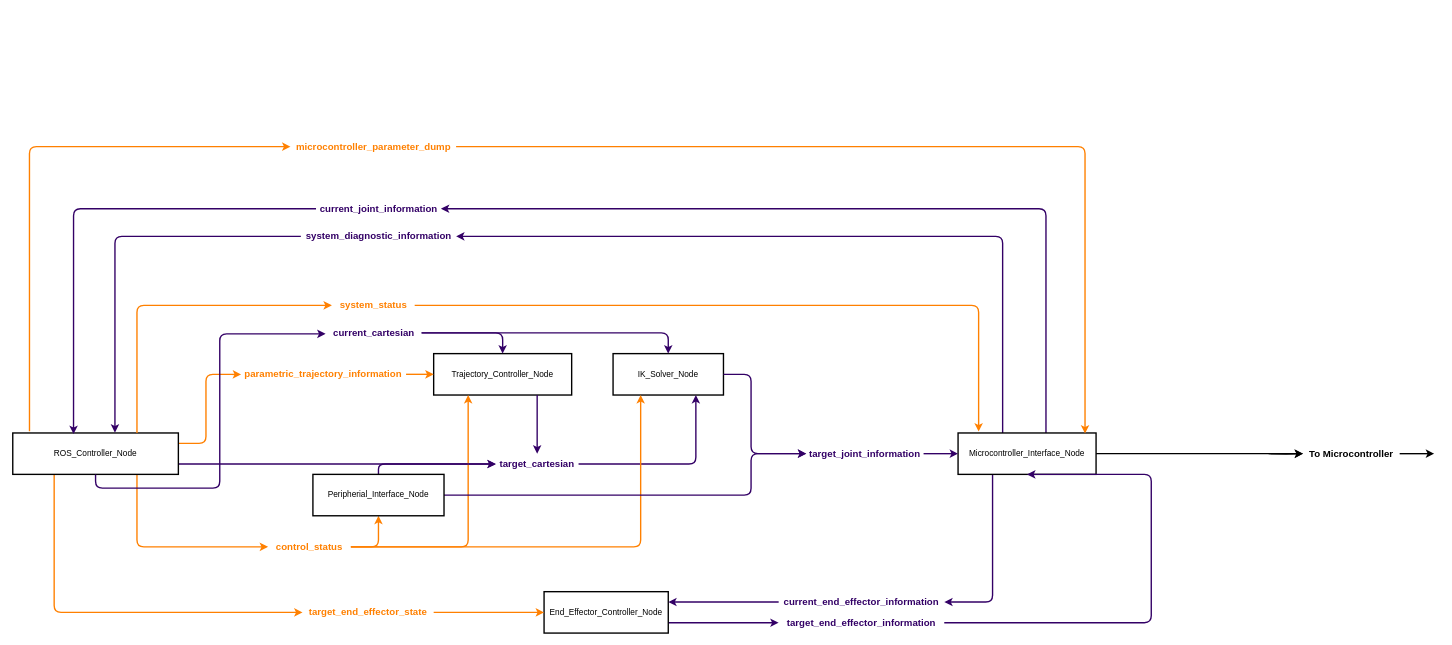
The draw.io diagram project_documents/model_ROS_diagram.drawio in darudecookie/V2-Robot-Arm, before the edit. Source tidied: cells renumbered, new cells numbered last; positions are measured from the earlier drawing's top-left corner, leaving out a move shared by most shapes. Both pictures are drawn from the tidied source at 69%, with x=0, y=0 at pixel (12, 136).
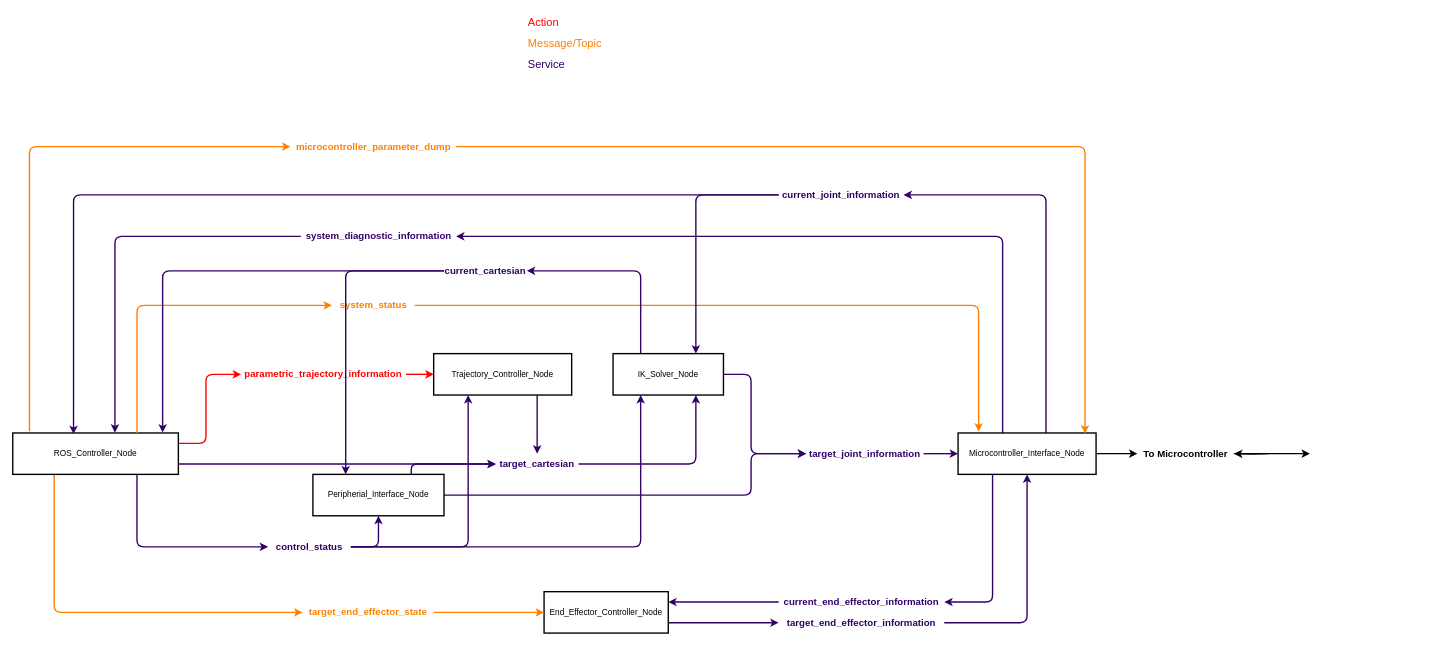
The same diagram, later.

Commit message:
updated ros diagram to better match  system realitty

The change refers to these unchanged cells:
```xml
<mxCell id="7" value="Microcontroller_Interface_Node" style="rounded=0;whiteSpace=wrap;html=1;strokeWidth=2;" parent="1" vertex="1">
  <mxGeometry x="1370" y="430" width="200" height="60" as="geometry" />
</mxCell>
<mxCell id="13" value="ROS_Controller_Node" style="rounded=0;whiteSpace=wrap;html=1;strokeWidth=2;" parent="1" vertex="1">
  <mxGeometry y="430" width="240" height="60" as="geometry" />
</mxCell>
<mxCell id="20" value="IK_Solver_Node" style="rounded=0;whiteSpace=wrap;html=1;strokeWidth=2;" parent="1" vertex="1">
  <mxGeometry x="870" y="315" width="160" height="60" as="geometry" />
</mxCell>
<mxCell id="21" value="Trajectory_Controller_Node" style="rounded=0;whiteSpace=wrap;html=1;strokeWidth=2;" parent="1" vertex="1">
  <mxGeometry x="610" y="315" width="200" height="60" as="geometry" />
</mxCell>
<mxCell id="25" value="&lt;font color=&quot;#330066&quot;&gt;&lt;span style=&quot;font-size: 14px;&quot;&gt;&lt;b&gt;target_end_effector_information&lt;/b&gt;&lt;/span&gt;&lt;/font&gt;" style="text;html=1;align=center;verticalAlign=middle;whiteSpace=wrap;rounded=0;strokeWidth=2;" parent="1" vertex="1">
  <mxGeometry x="1110" y="690" width="240" height="30" as="geometry" />
</mxCell>
<mxCell id="30" value="&lt;span style=&quot;font-size: 14px;&quot;&gt;&lt;b style=&quot;&quot;&gt;&lt;font color=&quot;#330066&quot;&gt;target_cartesian&lt;/font&gt;&lt;/b&gt;&lt;/span&gt;" style="text;html=1;align=center;verticalAlign=middle;whiteSpace=wrap;rounded=0;strokeWidth=2;" parent="1" vertex="1">
  <mxGeometry x="700" y="460" width="120" height="30" as="geometry" />
</mxCell>
<mxCell id="53" value="Peripherial_Interface_Node" style="rounded=0;whiteSpace=wrap;html=1;strokeWidth=2;" parent="1" vertex="1">
  <mxGeometry x="435" y="490" width="190" height="60" as="geometry" />
</mxCell>
```

Change to the diagram source:
```diff
@@
-    <mxCell id="10" style="edgeStyle=orthogonalEdgeStyle;rounded=1;jettySize=auto;html=1;exitX=1;exitY=0.25;exitDx=0;exitDy=0;entryX=0.004;entryY=0.509;entryDx=0;entryDy=0;strokeWidth=2;curved=0;entryPerimeter=0;strokeColor=#FF8000;" parent="1" edge="1" source="13" target="32">
+    <mxCell id="10" style="edgeStyle=orthogonalEdgeStyle;rounded=1;jettySize=auto;html=1;exitX=1;exitY=0.25;exitDx=0;exitDy=0;entryX=0.004;entryY=0.509;entryDx=0;entryDy=0;strokeWidth=2;curved=0;entryPerimeter=0;strokeColor=#FF0000;" parent="1" edge="1" source="13" target="32">
       <mxGeometry relative="1" as="geometry">
         <Array as="points">
           <mxPoint x="280" y="445" />
           <mxPoint x="280" y="345" />
           <mxPoint x="311" y="345" />
         </Array>
       </mxGeometry>
     </mxCell>
@@
-    <mxCell id="12" style="edgeStyle=orthogonalEdgeStyle;rounded=1;jettySize=auto;html=1;exitX=0.75;exitY=1;exitDx=0;exitDy=0;entryX=0;entryY=0.5;entryDx=0;entryDy=0;strokeColor=#FF8000;strokeWidth=2;align=center;verticalAlign=middle;fontFamily=Helvetica;fontSize=11;fontColor=default;labelBackgroundColor=default;endArrow=classic;curved=0;" parent="1" edge="1" source="13" target="44">
+    <mxCell id="12" style="edgeStyle=orthogonalEdgeStyle;rounded=1;jettySize=auto;html=1;exitX=0.75;exitY=1;exitDx=0;exitDy=0;entryX=0;entryY=0.5;entryDx=0;entryDy=0;strokeColor=#330066;strokeWidth=2;align=center;verticalAlign=middle;fontFamily=Helvetica;fontSize=11;fontColor=default;labelBackgroundColor=default;endArrow=classic;curved=0;" parent="1" edge="1" source="13" target="44">
       <mxGeometry relative="1" as="geometry" />
     </mxCell>
@@
     <mxCell id="16" style="edgeStyle=orthogonalEdgeStyle;rounded=1;jettySize=auto;html=1;exitX=1;exitY=0.5;exitDx=0;exitDy=0;strokeWidth=2;jumpStyle=line;curved=0;strokeColor=#330066;entryX=0.5;entryY=1;entryDx=0;entryDy=0;" parent="1" edge="1" source="25" target="7">
       <mxGeometry relative="1" as="geometry">
         <Array as="points">
-          <mxPoint x="1650" y="705" />
+          <mxPoint x="1470" y="705" />
         </Array>
       </mxGeometry>
     </mxCell>
@@
+    <mxCell id="54" style="edgeStyle=orthogonalEdgeStyle;rounded=1;jettySize=auto;html=1;exitX=0.25;exitY=0;exitDx=0;exitDy=0;entryX=1;entryY=0.5;entryDx=0;entryDy=0;curved=0;strokeColor=#330066;strokeWidth=2;" parent="1" edge="1" source="20" target="49">
+      <mxGeometry relative="1" as="geometry" />
+    </mxCell>
@@
-    <mxCell id="31" style="edgeStyle=orthogonalEdgeStyle;rounded=1;jettySize=auto;html=1;exitX=1;exitY=0.5;exitDx=0;exitDy=0;entryX=0;entryY=0.5;entryDx=0;entryDy=0;strokeWidth=2;jumpStyle=line;curved=0;strokeColor=#FF8000;" parent="1" edge="1" source="32" target="21">
+    <mxCell id="31" style="edgeStyle=orthogonalEdgeStyle;rounded=1;jettySize=auto;html=1;exitX=1;exitY=0.5;exitDx=0;exitDy=0;entryX=0;entryY=0.5;entryDx=0;entryDy=0;strokeWidth=2;jumpStyle=line;curved=0;strokeColor=#FF0000;" parent="1" edge="1" source="32" target="21">
       <mxGeometry relative="1" as="geometry" />
     </mxCell>
-    <mxCell id="32" value="&lt;span style=&quot;font-size: 14px;&quot;&gt;&lt;b style=&quot;&quot;&gt;&lt;font color=&quot;#ff8000&quot;&gt;parametric_trajectory_information&lt;/font&gt;&lt;/b&gt;&lt;/span&gt;" style="text;html=1;align=center;verticalAlign=middle;whiteSpace=wrap;rounded=0;strokeWidth=2;" parent="1" vertex="1">
+    <mxCell id="32" value="&lt;span style=&quot;font-size: 14px;&quot;&gt;&lt;b style=&quot;&quot;&gt;&lt;font color=&quot;#ff0000&quot;&gt;parametric_trajectory_information&lt;/font&gt;&lt;/b&gt;&lt;/span&gt;" style="text;html=1;align=center;verticalAlign=middle;whiteSpace=wrap;rounded=0;strokeWidth=2;" parent="1" vertex="1">
       <mxGeometry x="330" y="330" width="240" height="30" as="geometry" />
     </mxCell>
@@
     <mxCell id="36" style="edgeStyle=orthogonalEdgeStyle;rounded=0;jettySize=auto;html=1;exitX=1;exitY=0.5;exitDx=0;exitDy=0;strokeWidth=2;" parent="1" edge="1" source="37">
       <mxGeometry relative="1" as="geometry">
-        <mxPoint x="2060" y="460" as="targetPoint" />
+        <mxPoint x="1880" y="460" as="targetPoint" />
       </mxGeometry>
     </mxCell>
     <mxCell id="37" value="&lt;font style=&quot;font-size: 14px;&quot;&gt;&lt;b style=&quot;&quot;&gt;To Microcontroller&lt;/b&gt;&lt;/font&gt;" style="text;html=1;align=center;verticalAlign=middle;whiteSpace=wrap;rounded=0;strokeWidth=2;" parent="1" vertex="1">
-      <mxGeometry x="1870" y="445" width="140" height="30" as="geometry" />
+      <mxGeometry x="1630" y="445" width="140" height="30" as="geometry" />
     </mxCell>
@@
-    <mxCell id="41" style="edgeStyle=orthogonalEdgeStyle;rounded=1;jettySize=auto;html=1;exitX=1;exitY=0.5;exitDx=0;exitDy=0;entryX=0.25;entryY=1;entryDx=0;entryDy=0;strokeColor=#FF8000;strokeWidth=2;align=center;verticalAlign=middle;fontFamily=Helvetica;fontSize=11;fontColor=default;labelBackgroundColor=default;endArrow=classic;curved=0;" parent="1" edge="1" source="44" target="21">
+    <mxCell id="41" style="edgeStyle=orthogonalEdgeStyle;rounded=1;jettySize=auto;html=1;exitX=1;exitY=0.5;exitDx=0;exitDy=0;entryX=0.25;entryY=1;entryDx=0;entryDy=0;strokeColor=#330066;strokeWidth=2;align=center;verticalAlign=middle;fontFamily=Helvetica;fontSize=11;fontColor=default;labelBackgroundColor=default;endArrow=classic;curved=0;" parent="1" edge="1" source="44" target="21">
       <mxGeometry relative="1" as="geometry" />
     </mxCell>
-    <mxCell id="42" style="edgeStyle=orthogonalEdgeStyle;rounded=1;jettySize=auto;html=1;exitX=1;exitY=0.5;exitDx=0;exitDy=0;entryX=0.25;entryY=1;entryDx=0;entryDy=0;strokeColor=#FF8000;strokeWidth=2;align=center;verticalAlign=middle;fontFamily=Helvetica;fontSize=11;fontColor=default;labelBackgroundColor=default;endArrow=classic;curved=0;jumpStyle=none;" parent="1" edge="1" source="44" target="20">
+    <mxCell id="42" style="edgeStyle=orthogonalEdgeStyle;rounded=1;jettySize=auto;html=1;exitX=1;exitY=0.5;exitDx=0;exitDy=0;entryX=0.25;entryY=1;entryDx=0;entryDy=0;strokeColor=#330066;strokeWidth=2;align=center;verticalAlign=middle;fontFamily=Helvetica;fontSize=11;fontColor=default;labelBackgroundColor=default;endArrow=classic;curved=0;jumpStyle=none;" parent="1" edge="1" source="44" target="20">
       <mxGeometry relative="1" as="geometry" />
     </mxCell>
-    <mxCell id="43" style="edgeStyle=orthogonalEdgeStyle;curved=0;rounded=1;jettySize=auto;html=1;exitX=1;exitY=0.5;exitDx=0;exitDy=0;entryX=0.5;entryY=1;entryDx=0;entryDy=0;strokeColor=#FF8000;strokeWidth=2;align=center;verticalAlign=middle;fontFamily=Helvetica;fontSize=11;fontColor=default;labelBackgroundColor=default;endArrow=classic;" parent="1" edge="1" source="44" target="53">
+    <mxCell id="43" style="edgeStyle=orthogonalEdgeStyle;curved=0;rounded=1;jettySize=auto;html=1;exitX=1;exitY=0.5;exitDx=0;exitDy=0;entryX=0.5;entryY=1;entryDx=0;entryDy=0;strokeColor=#330066;strokeWidth=2;align=center;verticalAlign=middle;fontFamily=Helvetica;fontSize=11;fontColor=default;labelBackgroundColor=default;endArrow=classic;" parent="1" edge="1" source="44" target="53">
       <mxGeometry relative="1" as="geometry" />
     </mxCell>
-    <mxCell id="44" value="&lt;p style=&quot;line-height: 120%;&quot;&gt;&lt;span style=&quot;font-size: 14px;&quot;&gt;&lt;b style=&quot;&quot;&gt;&lt;font color=&quot;#ff8000&quot;&gt;control_status&lt;/font&gt;&lt;/b&gt;&lt;/span&gt;&lt;/p&gt;" style="text;html=1;align=center;verticalAlign=middle;whiteSpace=wrap;rounded=0;strokeWidth=2;" parent="1" vertex="1">
+    <mxCell id="44" value="&lt;p style=&quot;line-height: 120%;&quot;&gt;&lt;span style=&quot;font-size: 14px;&quot;&gt;&lt;b style=&quot;&quot;&gt;&lt;font color=&quot;#330066&quot;&gt;control_status&lt;/font&gt;&lt;/b&gt;&lt;/span&gt;&lt;/p&gt;" style="text;html=1;align=center;verticalAlign=middle;whiteSpace=wrap;rounded=0;strokeWidth=2;" parent="1" vertex="1">
       <mxGeometry x="370" y="580" width="120" height="30" as="geometry" />
     </mxCell>
@@
+    <mxCell id="55" style="edgeStyle=orthogonalEdgeStyle;rounded=1;jettySize=auto;html=1;exitX=0;exitY=0.5;exitDx=0;exitDy=0;entryX=0.75;entryY=0;entryDx=0;entryDy=0;strokeWidth=2;strokeColor=#330066;curved=0;" parent="1" edge="1" source="46" target="20">
+      <mxGeometry relative="1" as="geometry" />
+    </mxCell>
     <mxCell id="46" value="&lt;font color=&quot;#330066&quot;&gt;&lt;span style=&quot;font-size: 14px;&quot;&gt;&lt;b&gt;current_joint_information&lt;/b&gt;&lt;/span&gt;&lt;/font&gt;" style="text;html=1;align=center;verticalAlign=middle;whiteSpace=wrap;rounded=0;strokeWidth=2;" parent="1" vertex="1">
-      <mxGeometry x="439.5" y="90" width="181" height="30" as="geometry" />
+      <mxGeometry x="1110" y="70" width="181" height="30" as="geometry" />
     </mxCell>
-    <mxCell id="47" style="edgeStyle=orthogonalEdgeStyle;curved=0;rounded=1;jettySize=auto;html=1;entryX=0.5;entryY=0;entryDx=0;entryDy=0;strokeColor=#330066;strokeWidth=2;align=center;verticalAlign=middle;fontFamily=Helvetica;fontSize=11;fontColor=default;labelBackgroundColor=default;endArrow=classic;" parent="1" edge="1" source="49" target="21">
-      <mxGeometry relative="1" as="geometry" />
-    </mxCell>
-    <mxCell id="48" style="edgeStyle=orthogonalEdgeStyle;curved=0;rounded=1;jettySize=auto;html=1;entryX=0.5;entryY=0;entryDx=0;entryDy=0;strokeColor=#330066;strokeWidth=2;align=center;verticalAlign=middle;fontFamily=Helvetica;fontSize=11;fontColor=default;labelBackgroundColor=default;endArrow=classic;" parent="1" edge="1" source="49" target="20">
-      <mxGeometry relative="1" as="geometry" />
-    </mxCell>
-    <mxCell id="49" value="&lt;font style=&quot;font-size: 14px;&quot; color=&quot;#330066&quot;&gt;&lt;b&gt;current_cartesian&lt;/b&gt;&lt;/font&gt;" style="text;html=1;align=center;verticalAlign=middle;points=[];strokeColor=none;fillColor=none;fontFamily=Helvetica;fontSize=11;fontColor=default;labelBackgroundColor=default;" parent="1" vertex="1">
-      <mxGeometry x="452.5" y="270" width="140" height="30" as="geometry" />
-    </mxCell>
-    <mxCell id="50" style="edgeStyle=orthogonalEdgeStyle;curved=0;rounded=1;jettySize=auto;html=1;exitX=0.5;exitY=1;exitDx=0;exitDy=0;entryX=0.006;entryY=0.544;entryDx=0;entryDy=0;entryPerimeter=0;strokeColor=#330066;strokeWidth=2;align=center;verticalAlign=middle;fontFamily=Helvetica;fontSize=11;fontColor=default;labelBackgroundColor=default;endArrow=classic;" parent="1" edge="1" source="13" target="49">
-      <mxGeometry relative="1" as="geometry">
-        <Array as="points">
-          <mxPoint x="120" y="510" />
-          <mxPoint x="300" y="510" />
-          <mxPoint x="300" y="286" />
-        </Array>
-      </mxGeometry>
-    </mxCell>
-    <mxCell id="51" style="edgeStyle=orthogonalEdgeStyle;curved=0;rounded=1;jettySize=auto;html=1;exitX=0.5;exitY=0;exitDx=0;exitDy=0;entryX=0;entryY=0.5;entryDx=0;entryDy=0;strokeColor=#330066;strokeWidth=2;align=center;verticalAlign=middle;fontFamily=Helvetica;fontSize=11;fontColor=default;labelBackgroundColor=default;endArrow=classic;" parent="1" edge="1" source="53" target="30">
+    <mxCell id="51" style="edgeStyle=orthogonalEdgeStyle;curved=0;rounded=1;jettySize=auto;html=1;exitX=0.75;exitY=0;exitDx=0;exitDy=0;entryX=0;entryY=0.5;entryDx=0;entryDy=0;strokeColor=#330066;strokeWidth=2;align=center;verticalAlign=middle;fontFamily=Helvetica;fontSize=11;fontColor=default;labelBackgroundColor=default;endArrow=classic;" parent="1" edge="1" source="53" target="30">
       <mxGeometry relative="1" as="geometry">
         <Array as="points">
-          <mxPoint x="530" y="475" />
+          <mxPoint x="577" y="475" />
         </Array>
       </mxGeometry>
     </mxCell>
@@
+    <mxCell id="56" style="edgeStyle=orthogonalEdgeStyle;curved=0;rounded=1;jettySize=auto;html=1;exitX=0;exitY=0.5;exitDx=0;exitDy=0;entryX=0.25;entryY=0;entryDx=0;entryDy=0;strokeColor=#330066;strokeWidth=2;align=center;verticalAlign=middle;fontFamily=Helvetica;fontSize=11;fontColor=default;labelBackgroundColor=default;endArrow=classic;" parent="1" edge="1" source="49" target="53">
+      <mxGeometry relative="1" as="geometry" />
+    </mxCell>
+    <mxCell id="49" value="&lt;font color=&quot;#330066&quot;&gt;&lt;span style=&quot;font-size: 14px;&quot;&gt;&lt;b&gt;current_cartesian&lt;/b&gt;&lt;/span&gt;&lt;/font&gt;" style="text;html=1;align=center;verticalAlign=middle;whiteSpace=wrap;rounded=0;strokeWidth=2;" parent="1" vertex="1">
+      <mxGeometry x="625" y="180" width="120" height="30" as="geometry" />
+    </mxCell>
+    <mxCell id="57" style="edgeStyle=orthogonalEdgeStyle;curved=0;rounded=1;jettySize=auto;html=1;exitX=0;exitY=0.5;exitDx=0;exitDy=0;entryX=0.905;entryY=-0.01;entryDx=0;entryDy=0;entryPerimeter=0;strokeColor=#330066;strokeWidth=2;align=center;verticalAlign=middle;fontFamily=Helvetica;fontSize=11;fontColor=default;labelBackgroundColor=default;endArrow=classic;" parent="1" edge="1" source="49" target="13">
+      <mxGeometry relative="1" as="geometry" />
+    </mxCell>
+    <mxCell id="58" value="&lt;font color=&quot;#ff0000&quot; style=&quot;font-size: 16px;&quot;&gt;Action&lt;/font&gt;" style="text;html=1;align=left;verticalAlign=middle;strokeColor=none;fillColor=none;fontFamily=Helvetica;fontSize=11;fontColor=default;labelBackgroundColor=default;" parent="1" vertex="1">
+      <mxGeometry x="745" y="-180" width="70" height="30" as="geometry" />
+    </mxCell>
+    <mxCell id="59" value="&lt;font color=&quot;#ff8000&quot; style=&quot;font-size: 16px;&quot;&gt;Message/Topic&lt;/font&gt;" style="text;html=1;align=left;verticalAlign=middle;strokeColor=none;fillColor=none;fontFamily=Helvetica;fontSize=11;fontColor=default;labelBackgroundColor=default;" parent="1" vertex="1">
+      <mxGeometry x="745" y="-150" width="130" height="30" as="geometry" />
+    </mxCell>
+    <mxCell id="60" value="&lt;font color=&quot;#330066&quot; style=&quot;font-size: 16px;&quot;&gt;Service&lt;/font&gt;" style="text;html=1;align=left;verticalAlign=middle;strokeColor=none;fillColor=none;fontFamily=Helvetica;fontSize=11;fontColor=default;labelBackgroundColor=default;" parent="1" vertex="1">
+      <mxGeometry x="745" y="-120" width="80" height="30" as="geometry" />
+    </mxCell>
```
